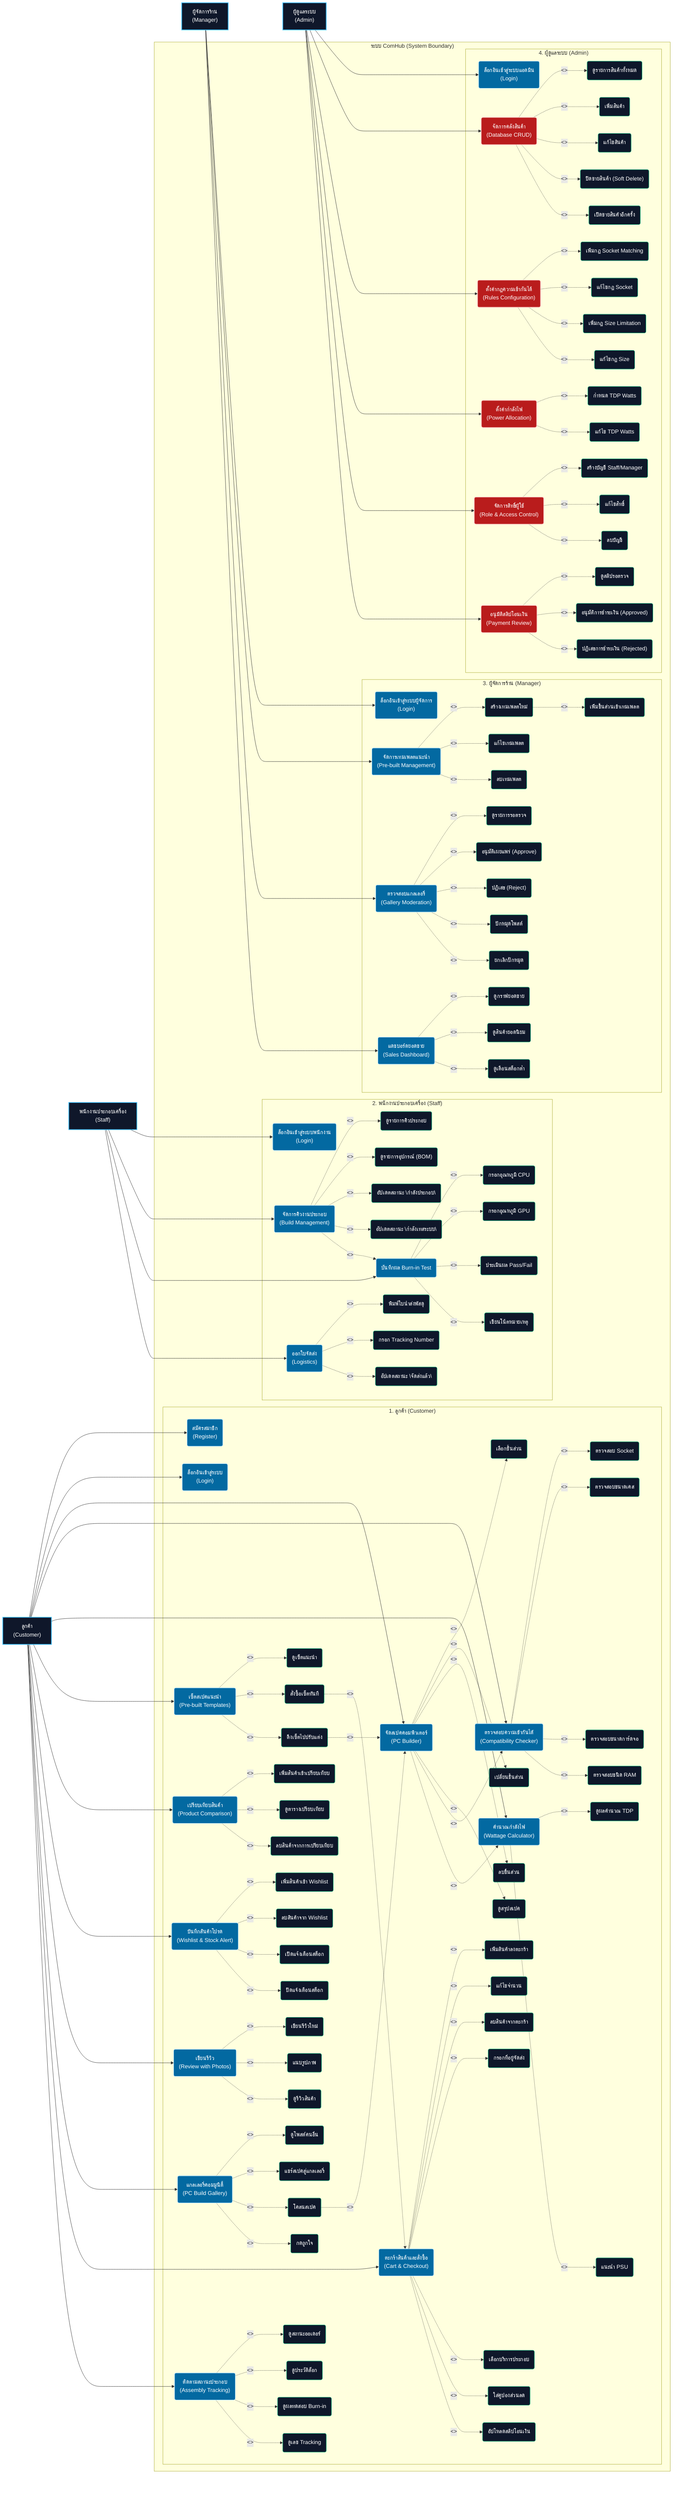
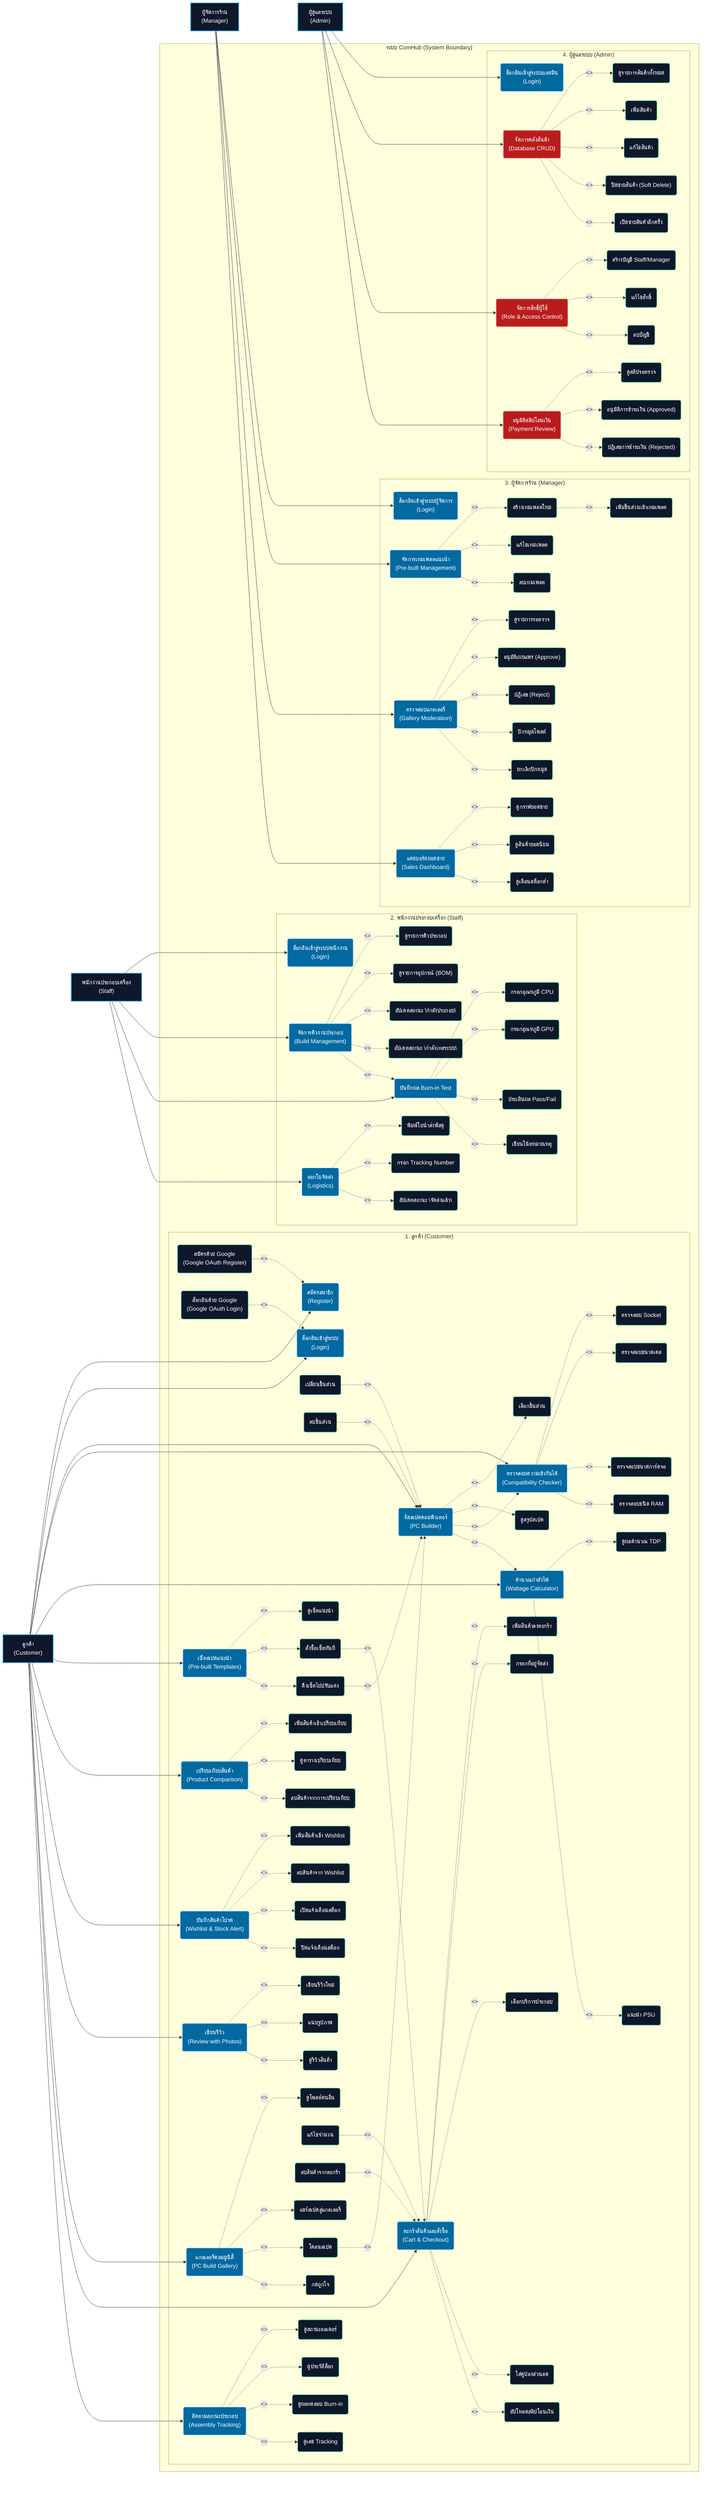
%% ============================================================
%% ComHub - Use Case Diagram
%% แหล่งข้อมูล: markdown/project-scope.md
%% CSI204 - Software Engineering
%% ============================================================
graph LR
    %% Styling Configuration
    classDef actor fill:#0f172a,stroke:#38bdf8,stroke-width:2px,color:#fff;
    classDef baseUC fill:#0369a1,stroke:#bae6fd,stroke-width:1.5px,color:#fff;
    classDef subUC fill:#0f172a,stroke:#10b981,stroke-width:1.2px,color:#fff;
    classDef adminUC fill:#b91c1c,stroke:#fecaca,stroke-width:1.5px,color:#fff;

    %% Actors
    Customer["ลูกค้า<br>(Customer)"]:::actor
    Staff["พนักงานประกอบเครื่อง<br>(Staff)"]:::actor
    Manager["ผู้จัดการร้าน<br>(Manager)"]:::actor
    Admin["ผู้ดูแลระบบ<br>(Admin)"]:::actor

    subgraph ComHub_System ["ระบบ ComHub (System Boundary)"]

        %% --- CUSTOMER USE CASES ---
        subgraph Customer_Flow ["1. ลูกค้า (Customer)"]
            C_Register("สมัครสมาชิก<br>(Register)"):::baseUC
            C_Login("ล็อกอินเข้าสู่ระบบ<br>(Login)"):::baseUC
+             C_RegisterGoogle("สมัครด้วย Google<br>(Google OAuth Register)"):::subUC
+             C_LoginGoogle("ล็อกอินด้วย Google<br>(Google OAuth Login)"):::subUC
            C_Builder("จัดสเปคคอมพิวเตอร์<br>(PC Builder)"):::baseUC
            C_Compat("ตรวจสอบความเข้ากันได้<br>(Compatibility Checker)"):::baseUC
            C_Wattage("คำนวณกำลังไฟ<br>(Wattage Calculator)"):::baseUC
            C_Prebuilt("เซ็ตสเปคแนะนำ<br>(Pre-built Templates)"):::baseUC
            C_Compare("เปรียบเทียบสินค้า<br>(Product Comparison)"):::baseUC
            C_Wishlist("บันทึกสินค้าโปรด<br>(Wishlist & Stock Alert)"):::baseUC
            C_Review("เขียนรีวิว<br>(Review with Photos)"):::baseUC
            C_Gallery("แกลเลอรี่คอมมูนิตี้<br>(PC Build Gallery)"):::baseUC
            C_Cart("ตะกร้าสินค้าและสั่งซื้อ<br>(Cart & Checkout)"):::baseUC
            C_Track("ติดตามสถานะประกอบ<br>(Assembly Tracking)"):::baseUC

            %% Sub use cases: PC Builder
            C_SelectPart("เลือกชิ้นส่วน"):::subUC
            C_SwapPart("เปลี่ยนชิ้นส่วน"):::subUC
            C_RemovePart("ลบชิ้นส่วน"):::subUC
            C_ViewSummary("ดูสรุปสเปค"):::subUC

            %% Sub use cases: Compatibility Checker
            C_CheckSocket("ตรวจสอบ Socket"):::subUC
            C_CheckCaseSize("ตรวจสอบขนาดเคส"):::subUC
            C_CheckGpuSize("ตรวจสอบขนาดการ์ดจอ"):::subUC
            C_CheckRamType("ตรวจสอบชนิด RAM"):::subUC

            %% Sub use cases: Wattage Calculator
            C_ViewTDP("ดูผลคำนวณ TDP"):::subUC
            C_RecommendPSU("แนะนำ PSU"):::subUC

            %% Sub use cases: Pre-built Templates
            C_ViewPrebuilt("ดูเซ็ตแนะนำ"):::subUC
            C_OrderPrebuilt("สั่งซื้อเซ็ตทันที"):::subUC
            C_EditPrebuilt("ดึงเซ็ตไปปรับแต่ง"):::subUC

            %% Sub use cases: Product Comparison
            C_AddCompare("เพิ่มสินค้าเข้าเปรียบเทียบ"):::subUC
            C_ViewCompareTable("ดูตารางเปรียบเทียบ"):::subUC
            C_RemoveCompare("ลบสินค้าจากการเปรียบเทียบ"):::subUC

            %% Sub use cases: Wishlist
            C_AddWishlist("เพิ่มสินค้าเข้า Wishlist"):::subUC
            C_RemoveWishlist("ลบสินค้าจาก Wishlist"):::subUC
            C_EnableAlert("เปิดแจ้งเตือนสต็อก"):::subUC
            C_DisableAlert("ปิดแจ้งเตือนสต็อก"):::subUC

            %% Sub use cases: Review
            C_WriteReview("เขียนรีวิวใหม่"):::subUC
            C_AttachImage("แนบรูปภาพ"):::subUC
            C_ViewReview("ดูรีวิวสินค้า"):::subUC

            %% Sub use cases: Gallery
            C_ShareGallery("แชร์สเปคสู่แกลเลอรี่"):::subUC
            C_ViewGallery("ดูโพสต์คนอื่น"):::subUC
            C_CloneSpec("โคลนสเปค"):::subUC
            C_LikePost("กดถูกใจ"):::subUC

            %% Sub use cases: Cart & Checkout
            C_AddCart("เพิ่มสินค้าลงตะกร้า"):::subUC
            C_EditQty("แก้ไขจำนวน"):::subUC
            C_RemoveCart("ลบสินค้าจากตะกร้า"):::subUC
            C_FillAddress("กรอกที่อยู่จัดส่ง"):::subUC
            C_SelectAssembly("เลือกบริการประกอบ"):::subUC
            C_UseCoupon("ใส่คูปองส่วนลด"):::subUC
            C_UploadSlip("อัปโหลดสลิปโอนเงิน"):::subUC

            %% Sub use cases: Assembly Tracking
            C_ViewStatus("ดูสถานะออเดอร์"):::subUC
            C_ViewLogHistory("ดูประวัติล็อก"):::subUC
            C_ViewBurnIn("ดูผลทดสอบ Burn-in"):::subUC
            C_ViewTrackingNo("ดูเลข Tracking"):::subUC

            %% Relations: include/extend
            C_Builder -.->|"<<include>>"| C_SelectPart
-             C_Builder -.->|"<<include>>"| C_SwapPart
-             C_Builder -.->|"<<include>>"| C_RemovePart
+             C_SwapPart -.->|"<<extend>>"| C_Builder
+             C_RemovePart -.->|"<<extend>>"| C_Builder
            C_Builder -.->|"<<include>>"| C_ViewSummary

            C_Compat -.->|"<<include>>"| C_CheckSocket
            C_Compat -.->|"<<include>>"| C_CheckCaseSize
            C_Compat -.->|"<<include>>"| C_CheckGpuSize
            C_Compat -.->|"<<include>>"| C_CheckRamType
            C_Builder -.->|"<<include>>"| C_Compat

            C_Wattage -.->|"<<include>>"| C_ViewTDP
            C_Wattage -.->|"<<include>>"| C_RecommendPSU
            C_Builder -.->|"<<include>>"| C_Wattage

            C_Prebuilt -.->|"<<include>>"| C_ViewPrebuilt
            C_Prebuilt -.->|"<<extend>>"| C_OrderPrebuilt
            C_Prebuilt -.->|"<<extend>>"| C_EditPrebuilt
            C_EditPrebuilt -.->|"<<include>>"| C_Builder
            C_OrderPrebuilt -.->|"<<include>>"| C_Cart

            C_Compare -.->|"<<include>>"| C_AddCompare
            C_Compare -.->|"<<include>>"| C_ViewCompareTable
            C_Compare -.->|"<<extend>>"| C_RemoveCompare

            C_Wishlist -.->|"<<include>>"| C_AddWishlist
            C_Wishlist -.->|"<<extend>>"| C_RemoveWishlist
            C_Wishlist -.->|"<<extend>>"| C_EnableAlert
            C_Wishlist -.->|"<<extend>>"| C_DisableAlert

            C_Review -.->|"<<include>>"| C_WriteReview
            C_Review -.->|"<<extend>>"| C_AttachImage
            C_Review -.->|"<<include>>"| C_ViewReview

            C_Gallery -.->|"<<include>>"| C_ViewGallery
            C_Gallery -.->|"<<extend>>"| C_ShareGallery
            C_Gallery -.->|"<<extend>>"| C_CloneSpec
            C_Gallery -.->|"<<extend>>"| C_LikePost
            C_CloneSpec -.->|"<<include>>"| C_Builder

            C_Cart -.->|"<<include>>"| C_AddCart
-             C_Cart -.->|"<<include>>"| C_EditQty
-             C_Cart -.->|"<<include>>"| C_RemoveCart
+             C_EditQty -.->|"<<extend>>"| C_Cart
+             C_RemoveCart -.->|"<<extend>>"| C_Cart
            C_Cart -.->|"<<include>>"| C_FillAddress
            C_Cart -.->|"<<extend>>"| C_SelectAssembly
            C_Cart -.->|"<<extend>>"| C_UseCoupon
            C_Cart -.->|"<<include>>"| C_UploadSlip

            C_Track -.->|"<<include>>"| C_ViewStatus
            C_Track -.->|"<<extend>>"| C_ViewLogHistory
            C_Track -.->|"<<extend>>"| C_ViewBurnIn
            C_Track -.->|"<<extend>>"| C_ViewTrackingNo
        end

        %% --- STAFF USE CASES ---
        subgraph Staff_Flow ["2. พนักงานประกอบเครื่อง (Staff)"]
            S_Login("ล็อกอินเข้าสู่ระบบพนักงาน<br>(Login)"):::baseUC
            S_Build("จัดการคิวงานประกอบ<br>(Build Management)"):::baseUC
            S_BurnIn("บันทึกผล Burn-in Test"):::baseUC
            S_Logistics("ออกใบจัดส่ง<br>(Logistics)"):::baseUC

            S_ViewQueue("ดูรายการคิวประกอบ"):::subUC
            S_ViewBOM("ดูรายการอุปกรณ์ (BOM)"):::subUC
            S_UpdateAssembling("อัปเดตสถานะ \"กำลังประกอบ\""):::subUC
            S_UpdateTesting("อัปเดตสถานะ \"กำลังเทสระบบ\""):::subUC

            S_CpuTemp("กรอกอุณหภูมิ CPU"):::subUC
            S_GpuTemp("กรอกอุณหภูมิ GPU"):::subUC
            S_PassFail("ประเมินผล Pass/Fail"):::subUC
            S_Notes("เขียนโน้ตหมายเหตุ"):::subUC

            S_PrintBill("พิมพ์ใบนำส่งพัสดุ"):::subUC
            S_FillTracking("กรอก Tracking Number"):::subUC
            S_UpdateShipped("อัปเดตสถานะ \"จัดส่งแล้ว\""):::subUC

            S_Build -.->|"<<include>>"| S_ViewQueue
            S_Build -.->|"<<include>>"| S_ViewBOM
            S_Build -.->|"<<include>>"| S_UpdateAssembling
            S_Build -.->|"<<include>>"| S_UpdateTesting
            S_Build -.->|"<<include>>"| S_BurnIn

            S_BurnIn -.->|"<<include>>"| S_CpuTemp
            S_BurnIn -.->|"<<include>>"| S_GpuTemp
            S_BurnIn -.->|"<<include>>"| S_PassFail
            S_BurnIn -.->|"<<extend>>"| S_Notes

            S_Logistics -.->|"<<include>>"| S_PrintBill
            S_Logistics -.->|"<<include>>"| S_FillTracking
            S_Logistics -.->|"<<include>>"| S_UpdateShipped
        end

        %% --- MANAGER USE CASES ---
        subgraph Manager_Flow ["3. ผู้จัดการร้าน (Manager)"]
            Mg_Login("ล็อกอินเข้าสู่ระบบผู้จัดการ<br>(Login)"):::baseUC
            Mg_Template("จัดการเทมเพลตแนะนำ<br>(Pre-built Management)"):::baseUC
            Mg_Gallery("ตรวจสอบแกลเลอรี่<br>(Gallery Moderation)"):::baseUC
            Mg_Dashboard("แดชบอร์ดยอดขาย<br>(Sales Dashboard)"):::baseUC

            Mg_CreateTpl("สร้างเทมเพลตใหม่"):::subUC
            Mg_AddItem("เพิ่มชิ้นส่วนเข้าเทมเพลต"):::subUC
            Mg_EditTpl("แก้ไขเทมเพลต"):::subUC
            Mg_DeleteTpl("ลบเทมเพลต"):::subUC

            Mg_ViewPending("ดูรายการรอตรวจ"):::subUC
            Mg_Approve("อนุมัติเผยแพร่ (Approve)"):::subUC
            Mg_Reject("ปฏิเสธ (Reject)"):::subUC
            Mg_Pin("ปักหมุดโพสต์"):::subUC
            Mg_Unpin("ยกเลิกปักหมุด"):::subUC

            Mg_SalesChart("ดูกราฟยอดขาย"):::subUC
            Mg_TopProduct("ดูสินค้ายอดนิยม"):::subUC
            Mg_LowStock("ดูเตือนสต็อกต่ำ"):::subUC

            Mg_Template -.->|"<<include>>"| Mg_CreateTpl
            Mg_CreateTpl -.->|"<<include>>"| Mg_AddItem
            Mg_Template -.->|"<<extend>>"| Mg_EditTpl
            Mg_Template -.->|"<<extend>>"| Mg_DeleteTpl

            Mg_Gallery -.->|"<<include>>"| Mg_ViewPending
            Mg_Gallery -.->|"<<extend>>"| Mg_Approve
            Mg_Gallery -.->|"<<extend>>"| Mg_Reject
            Mg_Gallery -.->|"<<extend>>"| Mg_Pin
            Mg_Gallery -.->|"<<extend>>"| Mg_Unpin

            Mg_Dashboard -.->|"<<include>>"| Mg_SalesChart
            Mg_Dashboard -.->|"<<include>>"| Mg_TopProduct
            Mg_Dashboard -.->|"<<include>>"| Mg_LowStock
        end

        %% --- ADMIN USE CASES ---
        subgraph Admin_Flow ["4. ผู้ดูแลระบบ (Admin)"]
            A_Login("ล็อกอินเข้าสู่ระบบแอดมิน<br>(Login)"):::baseUC
            A_Database("จัดการคลังสินค้า<br>(Database CRUD)"):::adminUC
-             A_Rules("ตั้งค่ากฎความเข้ากันได้<br>(Rules Configuration)"):::adminUC
-             A_Power("ตั้งค่ากำลังไฟ<br>(Power Allocation)"):::adminUC
            A_Access("จัดการสิทธิ์ผู้ใช้<br>(Role & Access Control)"):::adminUC
            A_Payment("อนุมัติสลิปโอนเงิน<br>(Payment Review)"):::adminUC

            A_AddProduct("เพิ่มสินค้า"):::subUC
            A_EditProduct("แก้ไขสินค้า"):::subUC
            A_SoftDelete("ปิดขายสินค้า (Soft Delete)"):::subUC
            A_ReEnable("เปิดขายสินค้าอีกครั้ง"):::subUC
            A_ViewAll("ดูรายการสินค้าทั้งหมด"):::subUC

-             A_AddSocket("เพิ่มกฎ Socket Matching"):::subUC
-             A_EditSocket("แก้ไขกฎ Socket"):::subUC
-             A_AddSize("เพิ่มกฎ Size Limitation"):::subUC
-             A_EditSize("แก้ไขกฎ Size"):::subUC
- 
-             A_SetTDP("กำหนด TDP Watts"):::subUC
-             A_EditTDP("แก้ไข TDP Watts"):::subUC
- 
            A_CreateStaff("สร้างบัญชี Staff/Manager"):::subUC
            A_EditPermission("แก้ไขสิทธิ์"):::subUC
            A_DeleteAccount("ลบบัญชี"):::subUC

            A_ViewPending("ดูสลิปรอตรวจ"):::subUC
            A_ApprovePay("อนุมัติการชำระเงิน (Approved)"):::subUC
            A_RejectPay("ปฏิเสธการชำระเงิน (Rejected)"):::subUC

            A_Database -.->|"<<include>>"| A_ViewAll
            A_Database -.->|"<<extend>>"| A_AddProduct
            A_Database -.->|"<<extend>>"| A_EditProduct
            A_Database -.->|"<<extend>>"| A_SoftDelete
            A_Database -.->|"<<extend>>"| A_ReEnable

-             A_Rules -.->|"<<include>>"| A_AddSocket
-             A_Rules -.->|"<<extend>>"| A_EditSocket
-             A_Rules -.->|"<<include>>"| A_AddSize
-             A_Rules -.->|"<<extend>>"| A_EditSize
- 
-             A_Power -.->|"<<include>>"| A_SetTDP
-             A_Power -.->|"<<extend>>"| A_EditTDP
- 
            A_Access -.->|"<<include>>"| A_CreateStaff
            A_Access -.->|"<<extend>>"| A_EditPermission
            A_Access -.->|"<<extend>>"| A_DeleteAccount

            A_Payment -.->|"<<include>>"| A_ViewPending
            A_Payment -.->|"<<extend>>"| A_ApprovePay
            A_Payment -.->|"<<extend>>"| A_RejectPay
        end
    end

    %% Actor Vertical Layout Constraints
    Customer ~~~ Staff
    Staff ~~~ Manager
    Manager ~~~ Admin

    %% Actor -> Use Case Connections
    Customer ---> C_Register
    Customer ---> C_Login
+     C_LoginGoogle -.->|"<<extend>>"| C_Login
+     C_RegisterGoogle -.->|"<<extend>>"| C_Register
    Customer ---> C_Builder
    Customer ---> C_Compat
    Customer ---> C_Wattage
    Customer ---> C_Prebuilt
    Customer ---> C_Compare
    Customer ---> C_Wishlist
    Customer ---> C_Review
    Customer ---> C_Gallery
    Customer ---> C_Cart
    Customer ---> C_Track

    Staff ---> S_Login
    Staff ---> S_Build
    Staff ---> S_BurnIn
    Staff ---> S_Logistics

    Manager ---> Mg_Login
    Manager ---> Mg_Template
    Manager ---> Mg_Gallery
    Manager ---> Mg_Dashboard

    Admin ---> A_Login
    Admin ---> A_Database
-     Admin ---> A_Rules
-     Admin ---> A_Power
    Admin ---> A_Access
    Admin ---> A_Payment
